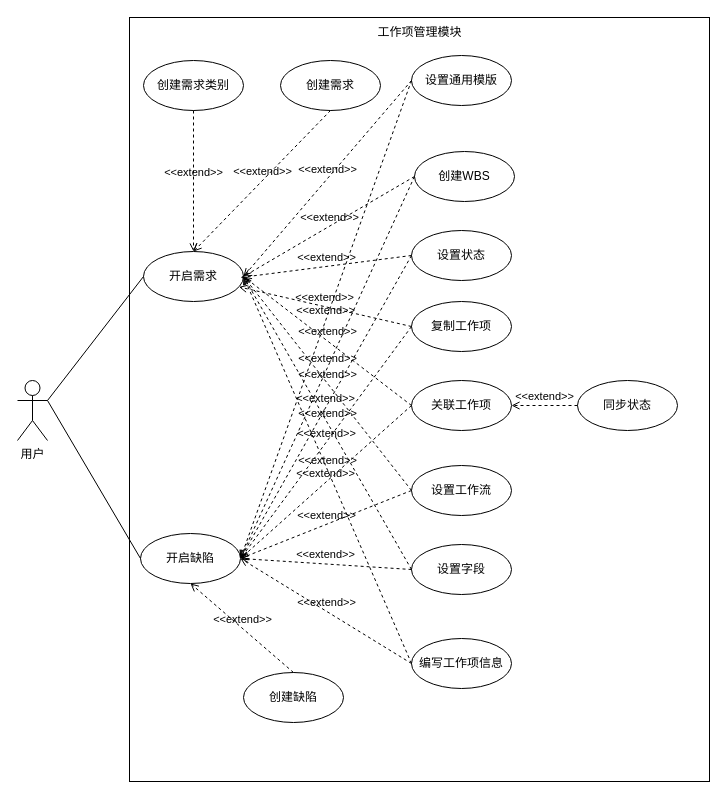
Earlier version of the draw.io diagram 工作项管理模块用例图.drawio (qf2020/drawio). Source tidied: cells renumbered, new cells numbered last; positions are measured from the earlier drawing's top-left corner, leaving out a move shared by most shapes. Both pictures are drawn from the tidied source at 100%, with x=0, y=0 at pixel (17, 17).
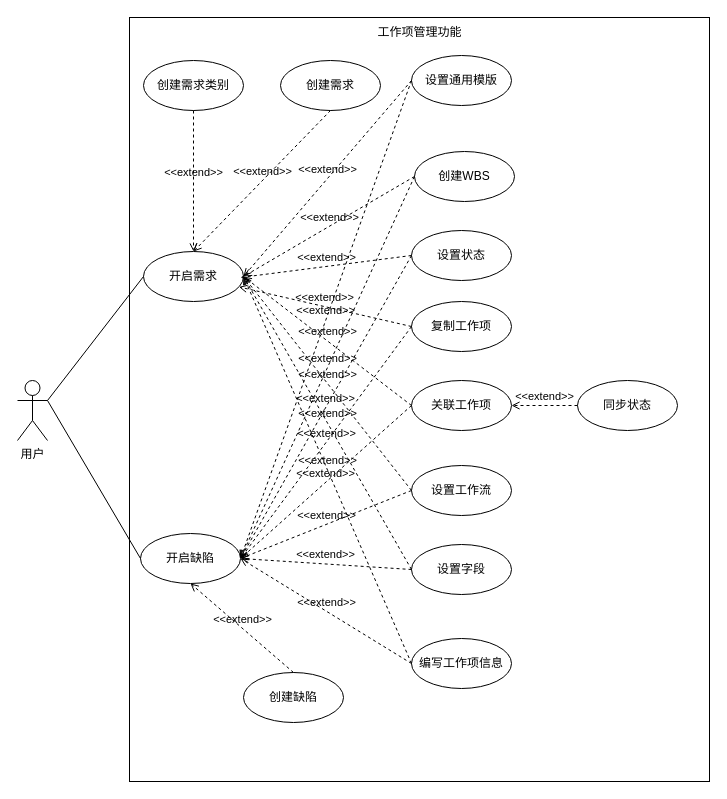
After the change.

Commit message:
更新工作项管理模块用例图.drawio

What changed in the source:
```diff
@@
-    <mxCell id="4" value="工作项管理模块" style="text;html=1;align=center;verticalAlign=middle;whiteSpace=wrap;rounded=0;" parent="1" vertex="1">
+    <mxCell id="4" value="工作项管理功能" style="text;html=1;align=center;verticalAlign=middle;whiteSpace=wrap;rounded=0;" parent="1" vertex="1">
       <mxGeometry x="352.5" width="99" height="30" as="geometry" />
     </mxCell>
```
